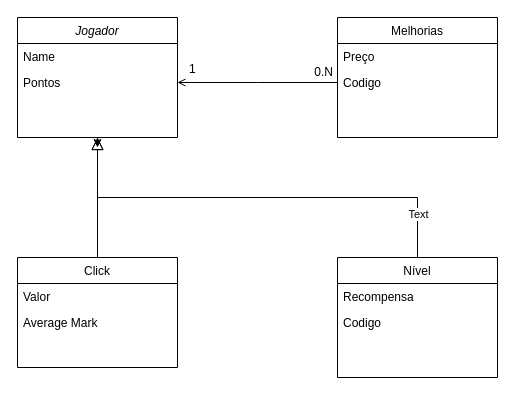
Earlier version of the draw.io diagram Diagrama sem nome.drawio (t4rsss/ClickerGamer-React). Source tidied: cells renumbered, new cells numbered last; positions are measured from the earlier drawing's top-left corner, leaving out a move shared by most shapes. Both pictures are drawn from the tidied source at 100%, with x=0, y=0 at pixel (17, 17).
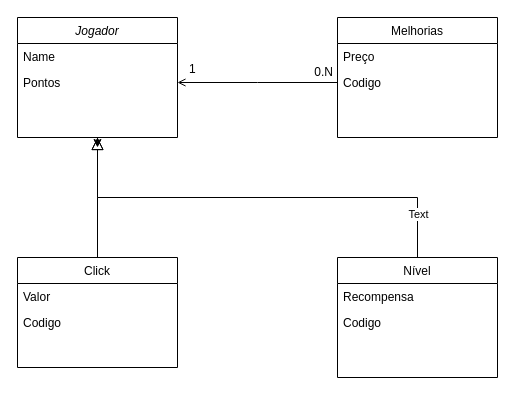
Above is the later version.

The change refers to these unchanged cells:
```xml
<mxCell id="6" value="Click" style="swimlane;fontStyle=0;align=center;verticalAlign=top;horizontal=1;startSize=26;rounded=0;shadow=0;strokeWidth=1;" parent="1" vertex="1">
  <mxGeometry y="240" width="160" height="110" as="geometry" />
</mxCell>
```

Diff of the diagram source:
```diff
@@
-    <mxCell id="8" value="Average Mark" style="text;align=left;verticalAlign=top;spacingLeft=4;spacingRight=4;overflow=hidden;rounded=0;shadow=0;html=0;" parent="6" vertex="1">
+    <mxCell id="8" value="Codigo" style="text;align=left;verticalAlign=top;spacingLeft=4;spacingRight=4;overflow=hidden;rounded=0;shadow=0;html=0;" parent="6" vertex="1">
       <mxGeometry y="52" width="160" height="26" as="geometry" />
     </mxCell>
```
